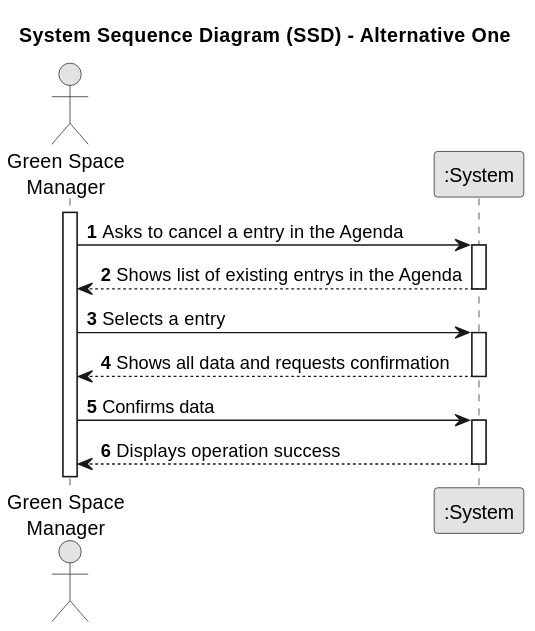
This is docs/sprintA&B&C/us025/01.requirements-engineering/svg/us025-system-sequence-diagram-alternative-one.svg from daniel41silva05/ISEP_2023_2024_LAPR2, a PlantUML export, as it was before one commit. Source of this version:
```plantuml
@startuml
skinparam monochrome true
skinparam packageStyle rectangle
skinparam shadowing false

title System Sequence Diagram (SSD) - Alternative One

autonumber

actor "Green Space\nManager" as GSM
participant ":System" as System

activate GSM

    GSM -> System : Asks to cancel a entry in the Agenda
    activate System

        System --> GSM : Shows list of existing entrys in the Agenda
    deactivate System

    GSM -> System : Selects a entry
    activate System

        System --> GSM : Shows all data and requests confirmation
    deactivate System

    GSM -> System : Confirms data
    activate System

        System --> GSM : Displays operation success
    deactivate System
@enduml
```
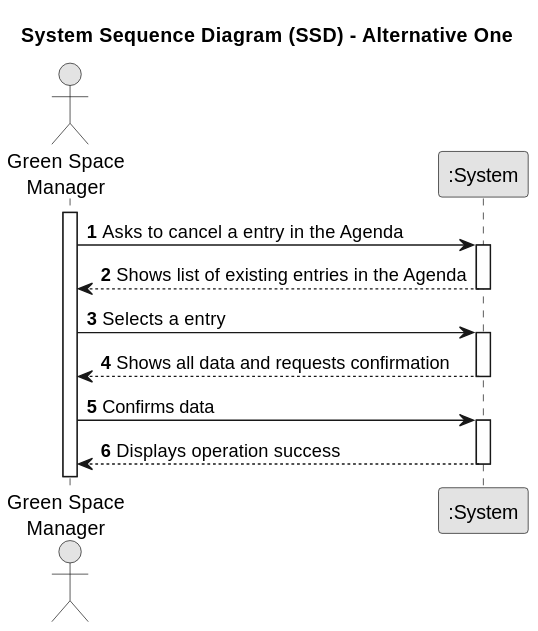
The same file after the commit.

What changed in the source:
```diff
@@ -15,7 +15,7 @@
     GSM -> System : Asks to cancel a entry in the Agenda
     activate System
 
-        System --> GSM : Shows list of existing entrys in the Agenda
+        System --> GSM : Shows list of existing entries in the Agenda
     deactivate System
 
     GSM -> System : Selects a entry
```
